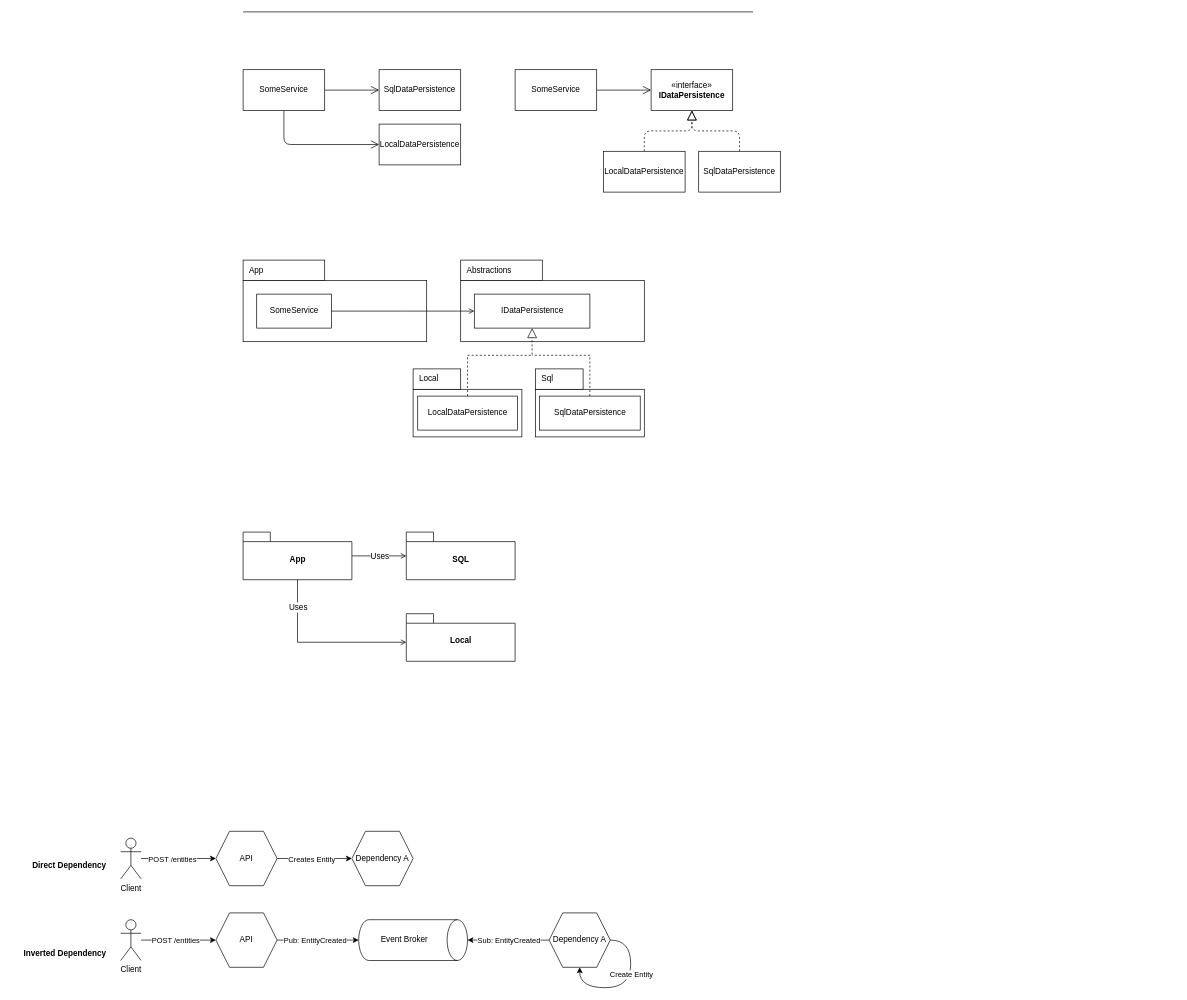
This is C03/Dependency Inversion/Diagrams.drawio from PacktPublishing/Architecting-ASP.NET-Core-Applications-3E, a draw.io file, before an edit. Source tidied: cells renumbered, new cells numbered last; positions are measured from the earlier drawing's top-left corner, leaving out a move shared by most shapes. Both pictures are drawn from the tidied source at 68%, with x=0, y=0 at pixel (12, 12).
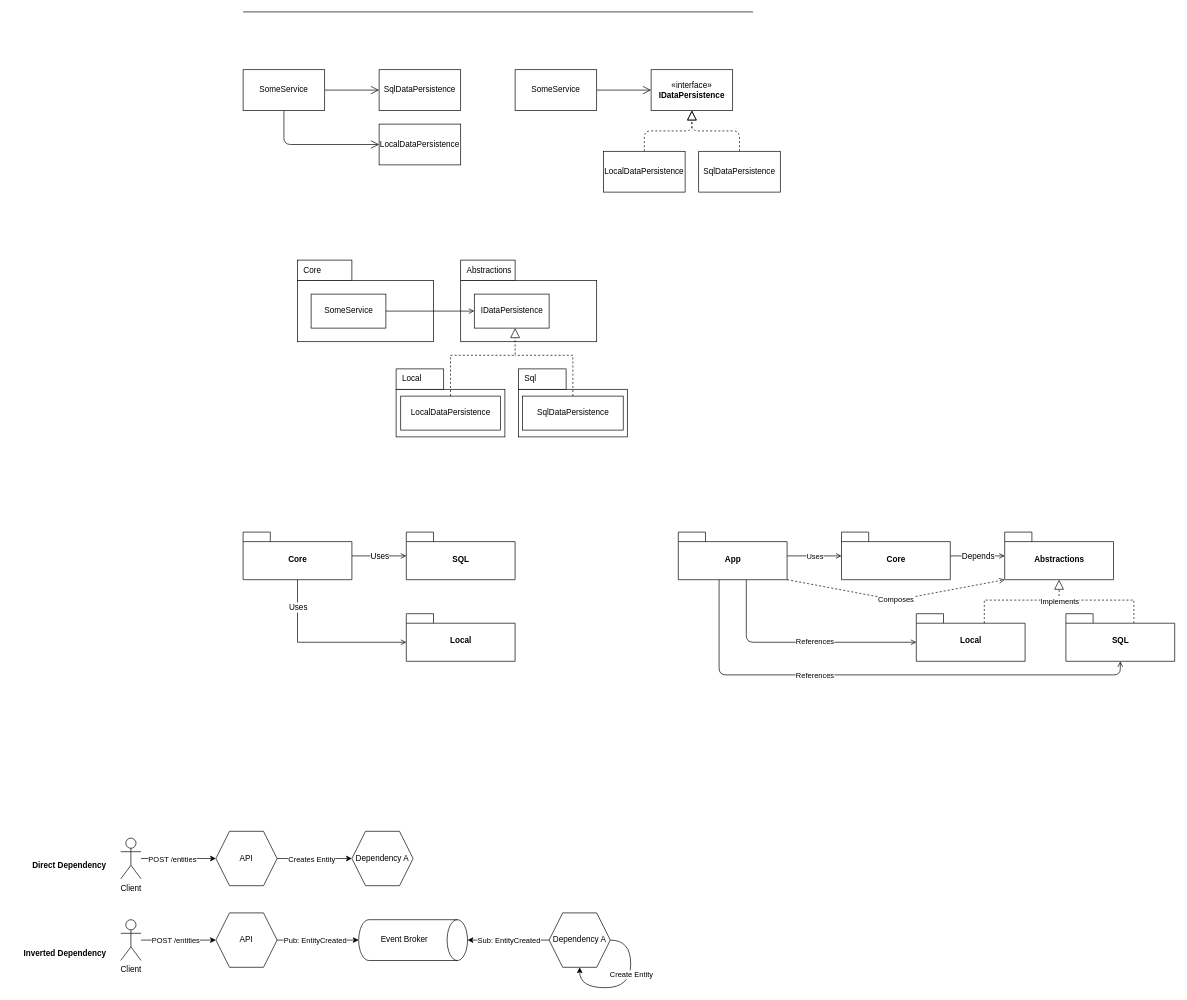
The same diagram, later.

The change refers to these unchanged cells:
```xml
<mxCell id="18" style="group;" parent="1" vertex="1">
  <mxGeometry x="660" y="365" width="270" height="280" as="geometry" />
</mxCell>
<mxCell id="22" style="group;" parent="18" vertex="1">
  <mxGeometry x="110" y="160" width="160" height="120" as="geometry" />
</mxCell>
<mxCell id="26" style="group;" parent="1" vertex="1">
  <mxGeometry x="590" y="525" width="160" height="120" as="geometry" />
</mxCell>
```

The edit, as a diff of the source:
```diff
@@
+    <mxCell id="62" style="edgeStyle=elbowEdgeStyle;rounded=0;html=1;endArrow=none;endFill=0;jettySize=auto;elbow=vertical;endSize=12;exitX=0;exitY=0;dashed=1;exitDx=100;exitDy=14;exitPerimeter=0;" parent="1" edge="1" source="77">
+      <mxGeometry relative="1" as="geometry">
+        <mxPoint x="1540" y="865" as="targetPoint" />
+        <Array as="points">
+          <mxPoint x="1570" y="865" />
+          <mxPoint x="1580" y="885" />
+        </Array>
+      </mxGeometry>
+    </mxCell>
@@
     <mxCell id="14" style="group;" parent="1" vertex="1">
-      <mxGeometry x="340" y="365" width="270" height="170" as="geometry" />
+      <mxGeometry x="420" y="365" width="270" height="170" as="geometry" />
     </mxCell>
     <mxCell id="15" style="rounded=0;whiteSpace=wrap;html=1;" parent="14" vertex="1">
-      <mxGeometry y="30" width="270" height="90" as="geometry" />
+      <mxGeometry y="30" width="200" height="90" as="geometry" />
     </mxCell>
-    <mxCell id="16" value="App" style="rounded=0;whiteSpace=wrap;html=1;align=left;spacingLeft=7;" parent="14" vertex="1">
-      <mxGeometry width="120" height="30" as="geometry" />
+    <mxCell id="16" value="Core" style="rounded=0;whiteSpace=wrap;html=1;align=left;spacingLeft=7;" parent="14" vertex="1">
+      <mxGeometry width="80" height="30" as="geometry" />
     </mxCell>
@@
     <mxCell id="19" style="rounded=0;whiteSpace=wrap;html=1;" parent="18" vertex="1">
-      <mxGeometry y="30" width="270" height="90" as="geometry" />
+      <mxGeometry y="30" width="200" height="90" as="geometry" />
     </mxCell>
     <mxCell id="20" value="Abstractions" style="rounded=0;whiteSpace=wrap;html=1;align=left;spacingLeft=7;" parent="18" vertex="1">
-      <mxGeometry width="120" height="30" as="geometry" />
+      <mxGeometry width="80" height="30" as="geometry" />
     </mxCell>
     <mxCell id="21" value="IDataPersistence" style="html=1;align=center;" parent="18" vertex="1">
-      <mxGeometry x="20" y="50" width="170" height="50" as="geometry" />
+      <mxGeometry x="20" y="50" width="110" height="50" as="geometry" />
     </mxCell>
@@
     <mxCell id="23" style="rounded=0;whiteSpace=wrap;html=1;" parent="22" vertex="1">
-      <mxGeometry y="30" width="160" height="70" as="geometry" />
+      <mxGeometry x="-25" y="30" width="160" height="70" as="geometry" />
     </mxCell>
     <mxCell id="24" value="Sql" style="rounded=0;whiteSpace=wrap;html=1;align=left;spacingLeft=7;" parent="22" vertex="1">
-      <mxGeometry width="70" height="30" as="geometry" />
+      <mxGeometry x="-25" width="70" height="30" as="geometry" />
     </mxCell>
     <mxCell id="25" value="SqlDataPersistence" style="html=1;align=center;" parent="22" vertex="1">
-      <mxGeometry x="5.9" y="40" width="148.1" height="50" as="geometry" />
+      <mxGeometry x="-19.1" y="40" width="148.1" height="50" as="geometry" />
     </mxCell>
@@
     <mxCell id="27" style="rounded=0;whiteSpace=wrap;html=1;" parent="26" vertex="1">
-      <mxGeometry y="30" width="160" height="70" as="geometry" />
+      <mxGeometry x="-25" y="30" width="160" height="70" as="geometry" />
     </mxCell>
     <mxCell id="28" value="Local" style="rounded=0;whiteSpace=wrap;html=1;align=left;spacingLeft=7;" parent="26" vertex="1">
-      <mxGeometry width="70" height="30" as="geometry" />
+      <mxGeometry x="-25" width="70" height="30" as="geometry" />
     </mxCell>
     <mxCell id="29" value="LocalDataPersistence" style="html=1;align=center;" parent="26" vertex="1">
-      <mxGeometry x="6.8" y="40" width="146.5" height="50" as="geometry" />
+      <mxGeometry x="-18.2" y="40" width="146.5" height="50" as="geometry" />
     </mxCell>
-    <mxCell id="30" style="edgeStyle=elbowEdgeStyle;rounded=0;html=1;endArrow=block;endFill=0;jettySize=auto;elbow=vertical;endSize=12;exitX=0.5;exitY=0;dashed=1;exitDx=0;exitDy=0;" parent="1" edge="1" source="29" target="21">
+    <mxCell id="30" style="edgeStyle=elbowEdgeStyle;rounded=0;html=1;endArrow=block;endFill=0;jettySize=auto;elbow=vertical;endSize=12;exitX=0.5;exitY=0;dashed=1;exitDx=0;exitDy=0;" parent="1" edge="1" source="29">
       <mxGeometry relative="1" as="geometry">
+        <mxPoint x="740" y="465" as="targetPoint" />
         <Array as="points">
-          <mxPoint x="765" y="505" />
+          <mxPoint x="740" y="505" />
         </Array>
       </mxGeometry>
     </mxCell>
     <mxCell id="31" style="edgeStyle=elbowEdgeStyle;rounded=0;html=1;endArrow=none;endFill=0;jettySize=auto;elbow=vertical;endSize=12;exitX=0.5;exitY=0;dashed=1;exitDx=0;exitDy=0;" parent="1" edge="1" source="25">
       <mxGeometry relative="1" as="geometry">
-        <mxPoint x="765" y="505" as="targetPoint" />
+        <mxPoint x="740" y="505" as="targetPoint" />
         <Array as="points">
-          <mxPoint x="800" y="505" />
-          <mxPoint x="810" y="525" />
+          <mxPoint x="775" y="505" />
+          <mxPoint x="785" y="525" />
         </Array>
       </mxGeometry>
     </mxCell>
@@
-    <mxCell id="33" value="App" style="shape=folder;fontStyle=1;spacingTop=10;tabWidth=40;tabHeight=14;tabPosition=left;html=1;align=center;" parent="1" vertex="1">
+    <mxCell id="33" value="Core" style="shape=folder;fontStyle=1;spacingTop=10;tabWidth=40;tabHeight=14;tabPosition=left;html=1;align=center;" parent="1" vertex="1">
       <mxGeometry x="340" y="765" width="160" height="70" as="geometry" />
     </mxCell>
@@
+    <mxCell id="63" value="Core" style="shape=folder;fontStyle=1;spacingTop=10;tabWidth=40;tabHeight=14;tabPosition=left;html=1;align=center;" parent="1" vertex="1">
+      <mxGeometry x="1220" y="765" width="160" height="70" as="geometry" />
+    </mxCell>
+    <mxCell id="64" value="Abstractions" style="shape=folder;fontStyle=1;spacingTop=10;tabWidth=40;tabHeight=14;tabPosition=left;html=1;align=center;" parent="1" vertex="1">
+      <mxGeometry x="1460" y="765" width="160" height="70" as="geometry" />
+    </mxCell>
+    <mxCell id="65" value="Local" style="shape=folder;fontStyle=1;spacingTop=10;tabWidth=40;tabHeight=14;tabPosition=left;html=1;align=center;" parent="1" vertex="1">
+      <mxGeometry x="1330" y="885" width="160" height="70" as="geometry" />
+    </mxCell>
+    <mxCell id="66" style="edgeStyle=elbowEdgeStyle;rounded=0;elbow=vertical;html=1;endArrow=open;endFill=0;endSize=6;jettySize=auto;" parent="1" edge="1" source="63" target="64">
+      <mxGeometry relative="1" as="geometry" />
+    </mxCell>
+    <mxCell id="67" value="Depends" style="text;html=1;align=center;verticalAlign=middle;labelBackgroundColor=default;" parent="66" vertex="1">
+      <mxGeometry y="10" relative="1" as="geometry">
+        <mxPoint y="10" as="offset" />
+      </mxGeometry>
+    </mxCell>
+    <mxCell id="68" style="edgeStyle=none;html=1;endArrow=open;endFill=0;" parent="1" edge="1" source="76" target="63">
+      <mxGeometry relative="1" as="geometry" />
+    </mxCell>
+    <mxCell id="69" value="Uses" style="edgeLabel;html=1;align=center;verticalAlign=middle;" parent="68" vertex="1">
+      <mxGeometry x="-0.33" relative="1" as="geometry">
+        <mxPoint x="13" as="offset" />
+      </mxGeometry>
+    </mxCell>
+    <mxCell id="70" style="edgeStyle=orthogonalEdgeStyle;html=1;entryX=0;entryY=0;entryDx=0;entryDy=42;entryPerimeter=0;exitX=0.625;exitY=1.001;exitDx=0;exitDy=0;exitPerimeter=0;endArrow=open;endFill=0;" parent="1" edge="1" source="76" target="65">
+      <mxGeometry relative="1" as="geometry">
+        <Array as="points">
+          <mxPoint x="1080" y="927" />
+        </Array>
+      </mxGeometry>
+    </mxCell>
+    <mxCell id="71" value="References" style="edgeLabel;html=1;align=center;verticalAlign=middle;" parent="70" vertex="1">
+      <mxGeometry x="-0.79" y="3" relative="1" as="geometry">
+        <mxPoint x="97" y="54" as="offset" />
+      </mxGeometry>
+    </mxCell>
+    <mxCell id="72" style="edgeStyle=orthogonalEdgeStyle;html=1;entryX=0.5;entryY=1;entryDx=0;entryDy=0;entryPerimeter=0;exitX=0.375;exitY=1;exitDx=0;exitDy=0;exitPerimeter=0;endArrow=open;endFill=0;" parent="1" edge="1" source="76" target="77">
+      <mxGeometry relative="1" as="geometry">
+        <Array as="points">
+          <mxPoint x="1040" y="975" />
+          <mxPoint x="1630" y="975" />
+        </Array>
+      </mxGeometry>
+    </mxCell>
+    <mxCell id="73" value="References" style="edgeLabel;html=1;align=center;verticalAlign=middle;" parent="72" vertex="1">
+      <mxGeometry x="-0.86" relative="1" as="geometry">
+        <mxPoint x="140" y="87" as="offset" />
+      </mxGeometry>
+    </mxCell>
+    <mxCell id="74" style="html=1;entryX=0;entryY=0;entryDx=0;entryDy=70;entryPerimeter=0;exitX=0;exitY=0;exitDx=160;exitDy=70;exitPerimeter=0;dashed=1;endArrow=open;endFill=0;" parent="1" edge="1" source="76" target="64">
+      <mxGeometry relative="1" as="geometry">
+        <Array as="points">
+          <mxPoint x="1300" y="865" />
+        </Array>
+      </mxGeometry>
+    </mxCell>
+    <mxCell id="75" value="Composes" style="edgeLabel;html=1;align=center;verticalAlign=middle;" parent="74" vertex="1">
+      <mxGeometry x="-0.11" y="-3" relative="1" as="geometry">
+        <mxPoint x="18" as="offset" />
+      </mxGeometry>
+    </mxCell>
+    <mxCell id="76" value="App" style="shape=folder;fontStyle=1;spacingTop=10;tabWidth=40;tabHeight=14;tabPosition=left;html=1;align=center;" parent="1" vertex="1">
+      <mxGeometry x="980" y="765" width="160" height="70" as="geometry" />
+    </mxCell>
+    <mxCell id="77" value="SQL" style="shape=folder;fontStyle=1;spacingTop=10;tabWidth=40;tabHeight=14;tabPosition=left;html=1;align=center;" parent="1" vertex="1">
+      <mxGeometry x="1550" y="885" width="160" height="70" as="geometry" />
+    </mxCell>
+    <mxCell id="78" style="edgeStyle=elbowEdgeStyle;rounded=0;html=1;endArrow=block;endFill=0;jettySize=auto;elbow=vertical;endSize=12;dashed=1;entryX=0.5;entryY=1;entryDx=0;entryDy=0;entryPerimeter=0;exitX=0;exitY=0;exitDx=100;exitDy=14;exitPerimeter=0;" parent="1" edge="1" source="65" target="64">
+      <mxGeometry relative="1" as="geometry">
+        <Array as="points">
+          <mxPoint x="1535" y="865" />
+          <mxPoint x="1535" y="905" />
+        </Array>
+      </mxGeometry>
+    </mxCell>
+    <mxCell id="79" value="Implements" style="edgeLabel;html=1;align=center;verticalAlign=middle;labelBackgroundColor=default;" parent="78" vertex="1">
+      <mxGeometry x="0.36" y="-1" relative="1" as="geometry">
+        <mxPoint x="26" as="offset" />
+      </mxGeometry>
+    </mxCell>
```
